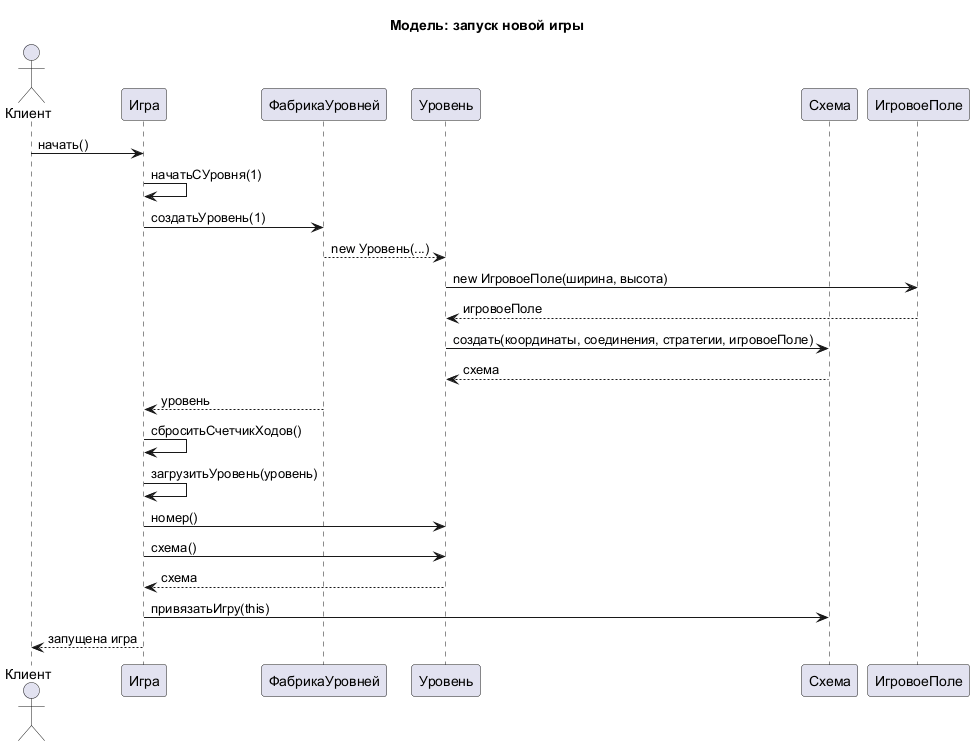
Above: diagrams/Model sequence diagrams/01 Start new game.png in dmitriyBreyfogel/Untangle (PlantUML), before the change.
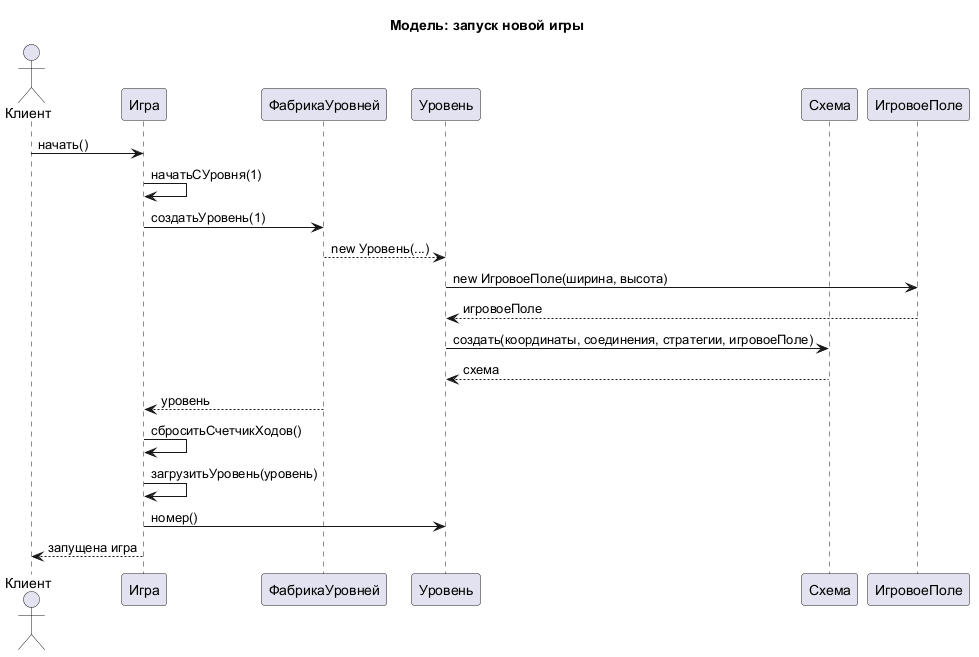
The same file after the commit.

What changed in the source:
```diff
@@ -20,9 +20,6 @@
 Игра -> Игра : сброситьСчетчикХодов()
 Игра -> Игра : загрузитьУровень(уровень)
 Игра -> Уровень : номер()
-Игра -> Уровень : схема()
-Уровень --> Игра : схема
-Игра -> Схема : привязатьИгру(this)
 Игра --> Клиент : запущена игра
 
 @enduml
```
